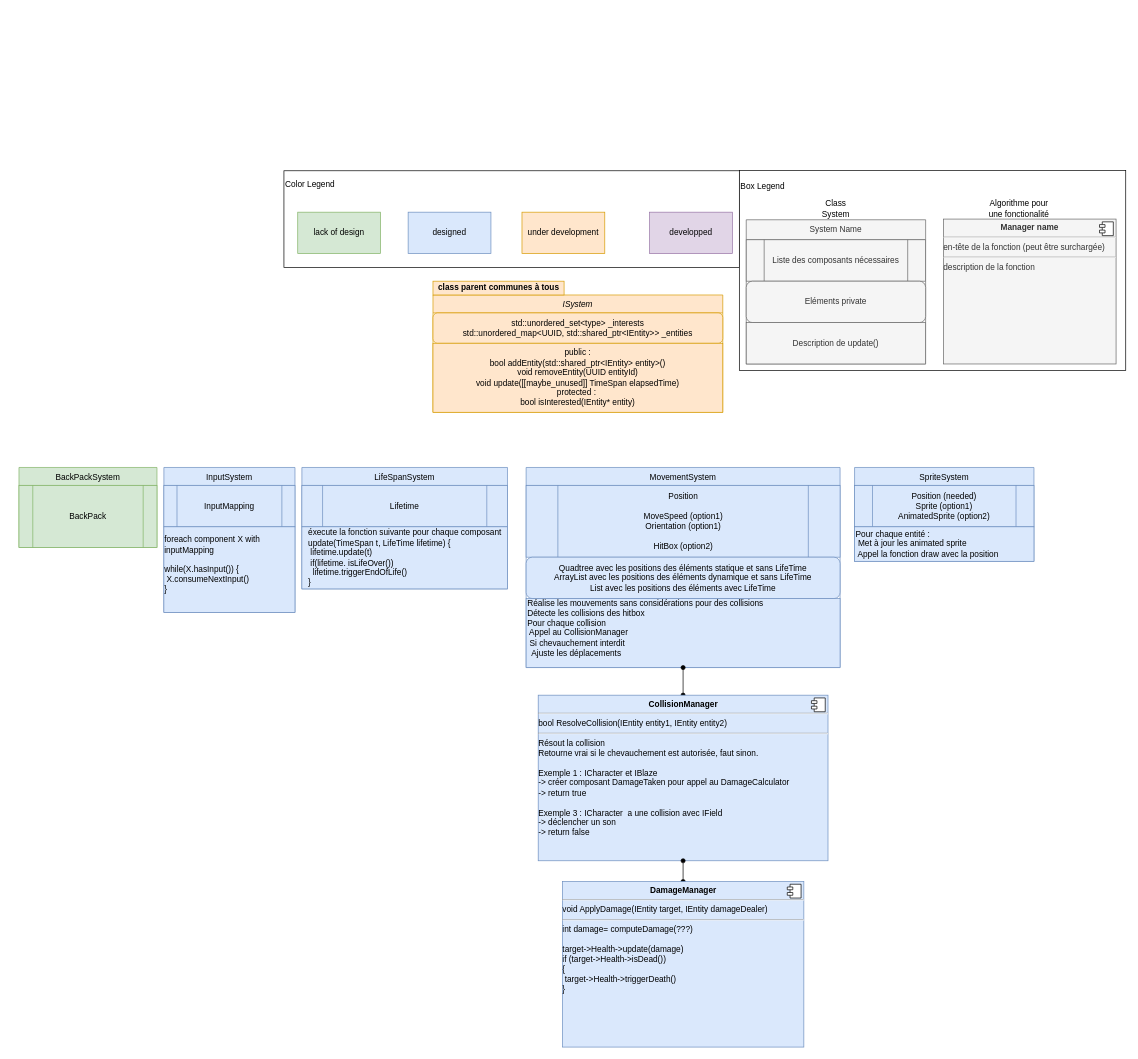
Kragoum/BomberKnight keeps this draw.io diagram as page "Systems" (3 of 6) of doc/UMLGeneralFramework.drawio. Above is the earlier version. Source tidied: cells renumbered, new cells numbered last; positions are measured from the earlier drawing's top-left corner, leaving out a move shared by most shapes. Both pictures are drawn from the tidied source at 69%, with x=0, y=0 at pixel (19, 164).
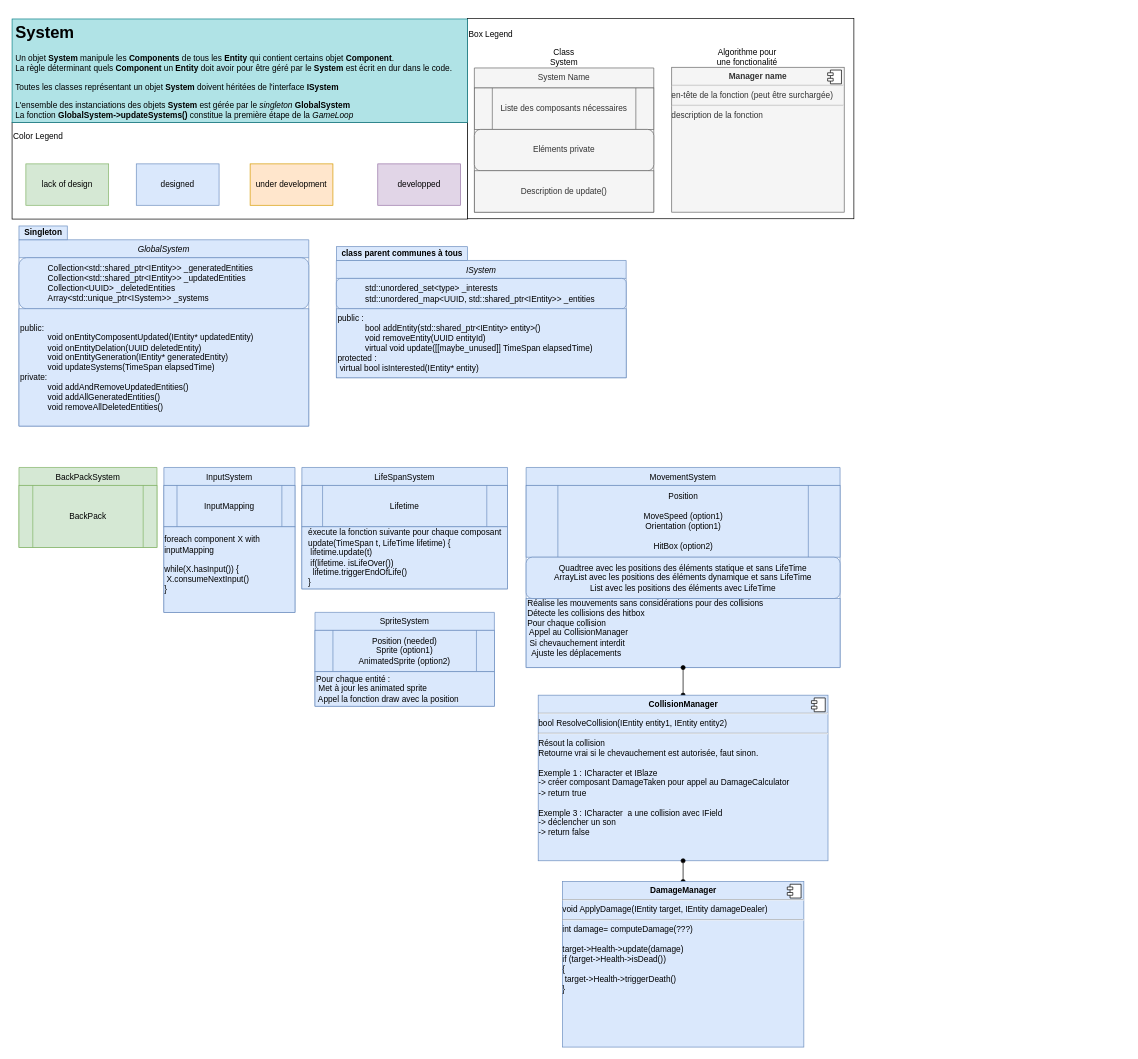
After the change.

What changed in the source:
```diff
@@
-    <mxCell id="2" value="ISystem" style="swimlane;fontStyle=2;align=center;verticalAlign=top;horizontal=1;startSize=26;rounded=0;shadow=0;strokeWidth=1;fillColor=#ffe6cc;strokeColor=#d79b00;" parent="1" vertex="1">
-      <mxGeometry x="600" y="190" width="420" height="170" as="geometry" />
+    <mxCell id="2" value="ISystem" style="swimlane;fontStyle=2;align=center;verticalAlign=top;horizontal=1;startSize=26;rounded=0;shadow=0;strokeWidth=1;fillColor=#dae8fc;strokeColor=#6c8ebf;" parent="1" vertex="1">
+      <mxGeometry x="460" y="140" width="420" height="170" as="geometry" />
     </mxCell>
-    <mxCell id="3" value="std::unordered_set&amp;lt;type&amp;gt; _interests&lt;br&gt;std::unordered_map&amp;lt;UUID, std::shared_ptr&amp;lt;IEntity&amp;gt;&amp;gt; _entities" style="rounded=1;whiteSpace=wrap;html=1;labelBackgroundColor=none;fillColor=#ffe6cc;strokeColor=#d79b00;" parent="2" vertex="1">
+    <mxCell id="3" value="&lt;blockquote style=&quot;margin: 0 0 0 40px; border: none; padding: 0px;&quot;&gt;std::unordered_set&amp;lt;type&amp;gt; _interests&lt;br&gt;std::unordered_map&amp;lt;UUID, std::shared_ptr&amp;lt;IEntity&amp;gt;&amp;gt; _entities&lt;/blockquote&gt;" style="rounded=1;whiteSpace=wrap;html=1;labelBackgroundColor=none;fillColor=#dae8fc;strokeColor=#6c8ebf;align=left;" parent="2" vertex="1">
       <mxGeometry y="26" width="420" height="44" as="geometry" />
     </mxCell>
-    <mxCell id="4" value="public :&lt;br&gt;bool addEntity(std::shared_ptr&amp;lt;IEntity&amp;gt; entity&amp;gt;()&lt;br&gt;void removeEntity(UUID entityId)&lt;br&gt;void update([[maybe_unused]] TimeSpan elapsedTime)&lt;br&gt;protected :&amp;nbsp;&lt;br&gt;bool isInterested(IEntity* entity)" style="rounded=0;whiteSpace=wrap;html=1;labelBackgroundColor=none;fillColor=#ffe6cc;strokeColor=#d79b00;" parent="2" vertex="1">
+    <mxCell id="4" value="public :&lt;br&gt;&lt;blockquote style=&quot;margin: 0 0 0 40px; border: none; padding: 0px;&quot;&gt;bool addEntity(std::shared_ptr&amp;lt;IEntity&amp;gt; entity&amp;gt;()&lt;br&gt;void removeEntity(UUID entityId)&lt;br&gt;virtual void update([[maybe_unused]] TimeSpan elapsedTime)&lt;/blockquote&gt;protected :&amp;nbsp;&lt;br&gt;&lt;span style=&quot;white-space: pre;&quot;&gt; &lt;/span&gt;virtual bool isInterested(IEntity* entity)" style="rounded=0;whiteSpace=wrap;html=1;labelBackgroundColor=none;fillColor=#dae8fc;strokeColor=#6c8ebf;align=left;" parent="2" vertex="1">
       <mxGeometry y="70" width="420" height="100" as="geometry" />
     </mxCell>
@@
     <mxCell id="8" value="SpriteSystem" style="swimlane;fontStyle=0;align=center;verticalAlign=top;horizontal=1;startSize=26;rounded=0;shadow=0;strokeWidth=1;fillColor=#dae8fc;strokeColor=#6c8ebf;" parent="1" vertex="1">
-      <mxGeometry x="1211" y="440" width="260" height="136" as="geometry" />
+      <mxGeometry x="429" y="650" width="260" height="136" as="geometry" />
     </mxCell>
@@
     <mxCell id="14" style="group;" parent="1" vertex="1">
-      <mxGeometry x="384" y="10" width="660" height="140" as="geometry" />
+      <mxGeometry x="-10" y="-60" width="660" height="140" as="geometry" />
     </mxCell>
@@
-    <mxCell id="20" value="&lt;b&gt;class parent communes à tous&lt;/b&gt;" style="text;html=1;align=center;verticalAlign=middle;strokeColor=#d79b00;fillColor=#ffe6cc;" parent="1" vertex="1">
-      <mxGeometry x="600" y="170" width="190" height="20" as="geometry" />
+    <mxCell id="20" value="&lt;b&gt;class parent communes à tous&lt;/b&gt;" style="text;html=1;align=center;verticalAlign=middle;strokeColor=#6c8ebf;fillColor=#dae8fc;" parent="1" vertex="1">
+      <mxGeometry x="460" y="120" width="190" height="20" as="geometry" />
     </mxCell>
@@
     <mxCell id="33" style="group;" parent="1" vertex="1">
-      <mxGeometry x="1044" width="560" height="290" as="geometry" />
+      <mxGeometry x="650" y="-220" width="560" height="290" as="geometry" />
     </mxCell>
@@
+    <mxCell id="44" value="GlobalSystem" style="swimlane;fontStyle=2;align=center;verticalAlign=top;horizontal=1;startSize=26;rounded=0;shadow=0;strokeWidth=1;fillColor=#dae8fc;strokeColor=#6c8ebf;" parent="1" vertex="1">
+      <mxGeometry y="110" width="420" height="270" as="geometry" />
+    </mxCell>
+    <mxCell id="45" value="&lt;blockquote style=&quot;margin: 0 0 0 40px; border: none; padding: 0px;&quot;&gt;Collection&amp;lt;std::shared_ptr&amp;lt;IEntity&amp;gt;&amp;gt; _generatedEntities&lt;br&gt;Collection&amp;lt;std::shared_ptr&amp;lt;IEntity&amp;gt;&amp;gt; _updatedEntities&lt;br&gt;Collection&amp;lt;UUID&amp;gt; _deletedEntities&lt;/blockquote&gt;&lt;blockquote style=&quot;margin: 0 0 0 40px; border: none; padding: 0px;&quot;&gt;Array&amp;lt;std::unique_ptr&amp;lt;ISystem&amp;gt;&amp;gt; _systems&lt;br&gt;&lt;/blockquote&gt;" style="rounded=1;whiteSpace=wrap;html=1;labelBackgroundColor=none;fillColor=#dae8fc;strokeColor=#6c8ebf;align=left;" parent="44" vertex="1">
+      <mxGeometry y="26" width="420" height="74" as="geometry" />
+    </mxCell>
+    <mxCell id="46" value="public:&lt;br&gt;&lt;blockquote style=&quot;margin: 0 0 0 40px; border: none; padding: 0px;&quot;&gt;void onEntityComposentUpdated(IEntity* updatedEntity)&lt;br&gt;void onEntityDelation(UUID deletedEntity)&lt;br&gt;void onEntityGeneration(IEntity* generatedEntity)&lt;br&gt;void updateSystems(TimeSpan elapsedTime)&lt;/blockquote&gt;private:&lt;br&gt;&lt;blockquote style=&quot;margin: 0 0 0 40px; border: none; padding: 0px;&quot;&gt;void addAndRemoveUpdatedEntities()&lt;br&gt;void addAllGeneratedEntities()&lt;br&gt;void removeAllDeletedEntities()&lt;/blockquote&gt;" style="rounded=0;whiteSpace=wrap;html=1;labelBackgroundColor=none;fillColor=#dae8fc;strokeColor=#6c8ebf;align=left;" parent="44" vertex="1">
+      <mxGeometry y="100" width="420" height="170" as="geometry" />
+    </mxCell>
+    <mxCell id="47" value="&lt;b&gt;Singleton&lt;/b&gt;" style="text;html=1;align=center;verticalAlign=middle;strokeColor=#6c8ebf;fillColor=#dae8fc;" parent="1" vertex="1">
+      <mxGeometry y="90" width="70" height="20" as="geometry" />
+    </mxCell>
+    <mxCell id="48" value="&lt;h1&gt;System&lt;/h1&gt;&lt;p&gt;Un objet &lt;b&gt;System &lt;/b&gt;manipule les &lt;b&gt;Components&lt;/b&gt; de tous les &lt;b&gt;Entity &lt;/b&gt;qui contient certains objet &lt;b&gt;Component&lt;/b&gt;.&lt;br&gt;La règle déterminant quels &lt;b&gt;Component &lt;/b&gt;un &lt;b&gt;Entity &lt;/b&gt;doit avoir pour être géré par le &lt;b&gt;System&amp;nbsp;&lt;/b&gt;est écrit en dur dans le code.&lt;/p&gt;&lt;p&gt;&lt;span style=&quot;background-color: initial;&quot;&gt;Toutes les classes représentant un objet &lt;b&gt;System &lt;/b&gt;doivent héritées de l'interface &lt;b&gt;ISystem&lt;/b&gt;&lt;/span&gt;&lt;br&gt;&lt;/p&gt;&lt;p&gt;&lt;span style=&quot;background-color: initial;&quot;&gt;L'ensemble des instanciations des objets &lt;b&gt;System &lt;/b&gt;est gérée par le &lt;i&gt;singleton &lt;/i&gt;&lt;b&gt;GlobalSystem&lt;/b&gt;&lt;br&gt;La fonction &lt;b&gt;GlobalSystem-&amp;gt;updateSystems()&lt;/b&gt; constitue la première étape de la &lt;i&gt;GameLoop&lt;/i&gt;&lt;/span&gt;&lt;/p&gt;" style="text;html=1;strokeColor=#0e8088;fillColor=#b0e3e6;spacing=5;spacingTop=-20;whiteSpace=wrap;overflow=hidden;rounded=0;" parent="1" vertex="1">
+      <mxGeometry x="-10" y="-210" width="660" height="150" as="geometry" />
+    </mxCell>
```
